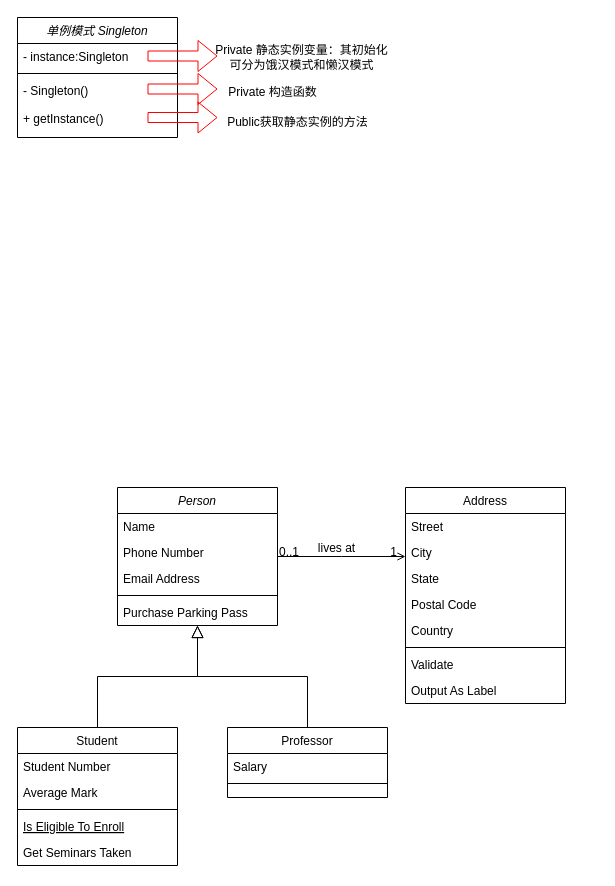
Above: 设计模式学习.drawio in AkiraZheng/diagrams (draw.io), before the change. Source tidied: cells renumbered, new cells numbered last; positions are measured from the earlier drawing's top-left corner, leaving out a move shared by most shapes. Both pictures are drawn from the tidied source at 100%, with x=0, y=0 at pixel (17, 17).
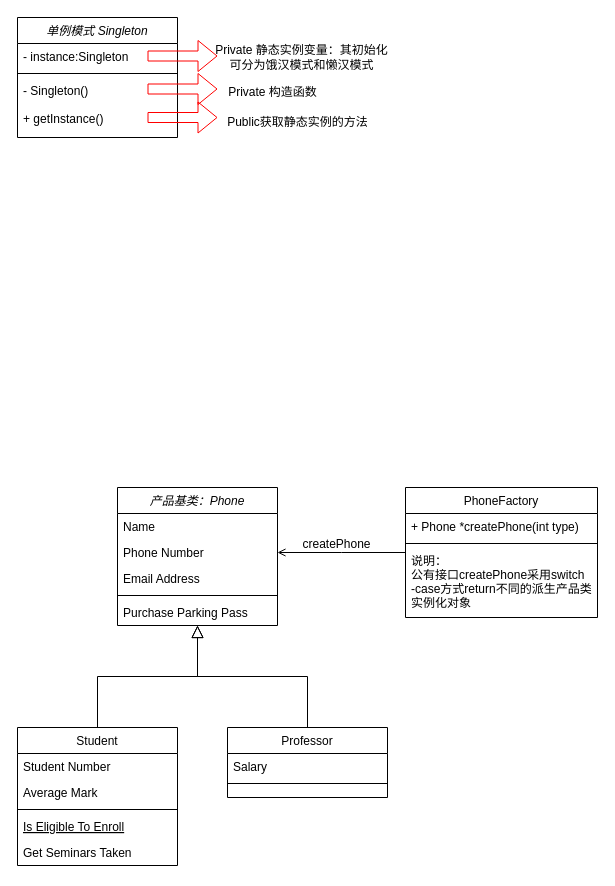
The same page after the edit.

Commit message (it also covers changes not shown here):
更新设计模式学习.drawio

What changed in the source:
```diff
@@
-    <mxCell id="2" value="Person" style="swimlane;fontStyle=2;align=center;verticalAlign=top;horizontal=1;startSize=26;rounded=0;shadow=0;strokeWidth=1;" parent="1" vertex="1">
+    <mxCell id="2" value="产品基类：Phone" style="swimlane;fontStyle=2;align=center;verticalAlign=top;horizontal=1;startSize=26;rounded=0;shadow=0;strokeWidth=1;" parent="1" vertex="1">
       <mxGeometry x="100" y="470" width="160" height="138" as="geometry" />
     </mxCell>
@@
-    <mxCell id="19" value="Address" style="swimlane;fontStyle=0;align=center;verticalAlign=top;horizontal=1;startSize=26;rounded=0;shadow=0;strokeWidth=1;" parent="1" vertex="1">
-      <mxGeometry x="388" y="470" width="160" height="216" as="geometry" />
+    <mxCell id="19" value="PhoneFactory" style="swimlane;fontStyle=0;align=center;verticalAlign=top;horizontal=1;startSize=26;rounded=0;shadow=0;strokeWidth=1;" parent="1" vertex="1">
+      <mxGeometry x="388" y="470" width="192" height="130" as="geometry" />
     </mxCell>
-    <mxCell id="20" value="Street" style="text;align=left;verticalAlign=top;spacingLeft=4;spacingRight=4;overflow=hidden;" parent="19" vertex="1">
-      <mxGeometry y="26" width="160" height="26" as="geometry" />
+    <mxCell id="20" value="+ Phone *createPhone(int type)" style="text;align=left;verticalAlign=top;spacingLeft=4;spacingRight=4;overflow=hidden;" parent="19" vertex="1">
+      <mxGeometry y="26" width="192" height="26" as="geometry" />
     </mxCell>
-    <mxCell id="21" value="City" style="text;align=left;verticalAlign=top;spacingLeft=4;spacingRight=4;overflow=hidden;rounded=0;shadow=0;html=0;" parent="19" vertex="1">
-      <mxGeometry y="52" width="160" height="26" as="geometry" />
-    </mxCell>
-    <mxCell id="22" value="State" style="text;align=left;verticalAlign=top;spacingLeft=4;spacingRight=4;overflow=hidden;rounded=0;shadow=0;html=0;" parent="19" vertex="1">
-      <mxGeometry y="78" width="160" height="26" as="geometry" />
-    </mxCell>
-    <mxCell id="23" value="Postal Code" style="text;align=left;verticalAlign=top;spacingLeft=4;spacingRight=4;overflow=hidden;rounded=0;shadow=0;html=0;" parent="19" vertex="1">
-      <mxGeometry y="104" width="160" height="26" as="geometry" />
-    </mxCell>
-    <mxCell id="24" value="Country" style="text;align=left;verticalAlign=top;spacingLeft=4;spacingRight=4;overflow=hidden;rounded=0;shadow=0;html=0;" parent="19" vertex="1">
-      <mxGeometry y="130" width="160" height="26" as="geometry" />
-    </mxCell>
     <mxCell id="25" style="line;html=1;strokeWidth=1;align=left;verticalAlign=middle;spacingTop=-1;spacingLeft=3;spacingRight=3;labelPosition=right;" parent="19" vertex="1">
-      <mxGeometry y="156" width="160" height="8" as="geometry" />
+      <mxGeometry y="52" width="192" height="8" as="geometry" />
     </mxCell>
-    <mxCell id="26" value="Validate" style="text;align=left;verticalAlign=top;spacingLeft=4;spacingRight=4;overflow=hidden;" parent="19" vertex="1">
-      <mxGeometry y="164" width="160" height="26" as="geometry" />
+    <mxCell id="26" value="说明：&#10;公有接口createPhone采用switch&#10;-case方式return不同的派生产品类&#10;实例化对象" style="text;align=left;verticalAlign=top;spacingLeft=4;spacingRight=4;overflow=hidden;" parent="19" vertex="1">
+      <mxGeometry y="60" width="192" height="70" as="geometry" />
     </mxCell>
-    <mxCell id="27" value="Output As Label" style="text;align=left;verticalAlign=top;spacingLeft=4;spacingRight=4;overflow=hidden;" parent="19" vertex="1">
-      <mxGeometry y="190" width="160" height="26" as="geometry" />
-    </mxCell>
-    <mxCell id="28" style="endArrow=open;shadow=0;strokeWidth=1;rounded=0;endFill=1;edgeStyle=elbowEdgeStyle;elbow=vertical;" parent="1" edge="1" source="2" target="19">
+    <mxCell id="28" style="endArrow=none;shadow=0;strokeWidth=1;rounded=0;endFill=0;edgeStyle=elbowEdgeStyle;elbow=vertical;startArrow=open;startFill=0;" parent="1" edge="1" source="2" target="19">
       <mxGeometry x="0.5" y="41" relative="1" as="geometry">
         <mxPoint x="-40" y="32" as="offset" />
       </mxGeometry>
     </mxCell>
-    <mxCell id="29" value="0..1" style="align=left;verticalAlign=bottom;labelBackgroundColor=none;fontSize=12;" parent="28" vertex="1">
-      <mxGeometry x="-1" relative="1" as="geometry">
-        <mxPoint y="4" as="offset" />
-      </mxGeometry>
-    </mxCell>
-    <mxCell id="30" value="1" style="align=right;verticalAlign=bottom;labelBackgroundColor=none;fontSize=12;" parent="28" vertex="1">
-      <mxGeometry x="1" relative="1" as="geometry">
-        <mxPoint x="-7" y="4" as="offset" />
-      </mxGeometry>
-    </mxCell>
-    <mxCell id="31" value="lives at" style="text;html=1;align=center;verticalAlign=middle;labelBackgroundColor=none;rounded=0;shadow=0;strokeWidth=1;fontSize=12;" parent="28" vertex="1">
+    <mxCell id="31" value="createPhone" style="text;html=1;align=center;verticalAlign=middle;labelBackgroundColor=none;rounded=0;shadow=0;strokeWidth=1;fontSize=12;" parent="28" vertex="1">
       <mxGeometry x="0.5" y="49" relative="1" as="geometry">
         <mxPoint x="-38" y="40" as="offset" />
       </mxGeometry>
     </mxCell>
```
